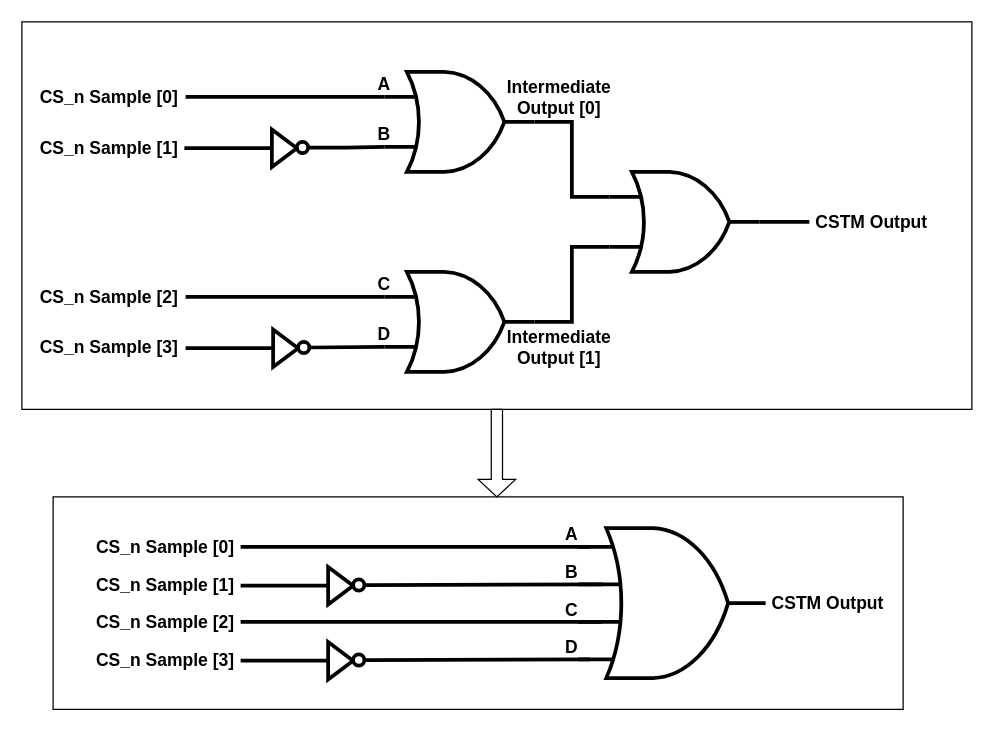
Before: docs/images/commandbustraining/cstmlogic.drawio in shingaridavesh/memoryandarchitecture, a draw.io diagram. Source tidied: cells renumbered, new cells numbered last; positions are measured from the earlier drawing's top-left corner, leaving out a move shared by most shapes. Both pictures are drawn from the tidied source at 125%, with x=0, y=0 at pixel (21, 21).
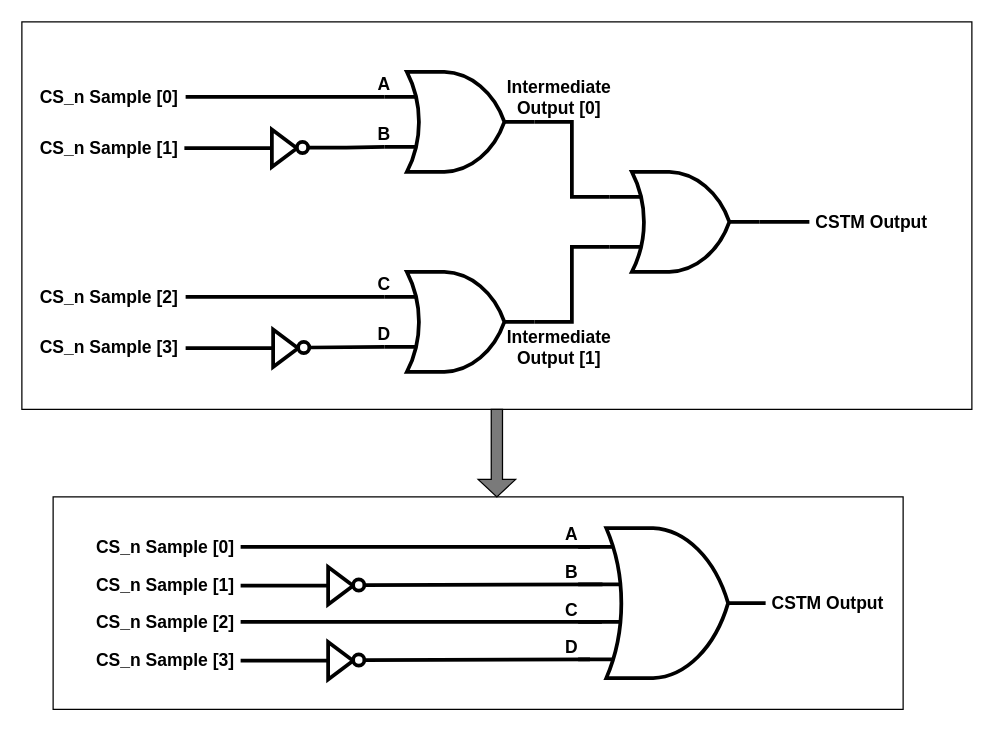
The same page after the edit.

Diff of the diagram source:
```diff
@@
-    <mxCell id="51" style="shape=singleArrow;direction=south;whiteSpace=wrap;html=1;" parent="1" vertex="1">
+    <mxCell id="51" style="shape=singleArrow;direction=south;whiteSpace=wrap;html=1;fillColor=#7A7A7A;" parent="1" vertex="1">
       <mxGeometry x="365" y="310" width="30" height="70" as="geometry" />
     </mxCell>
```
